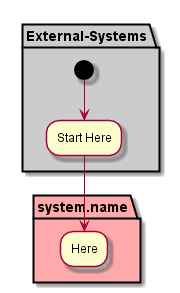
Above: docs/Actors/External-Systems/Activity.png in CAADE/ADC (PlantUML), before the change. Source of this version:
```plantuml
@startuml


partition "External-Systems"  #cccccc {
  (*) --> "Start Here"
}

partition "system.name" #ffaaaa {
  "Start Here" --> "Here"
}

@enduml
```
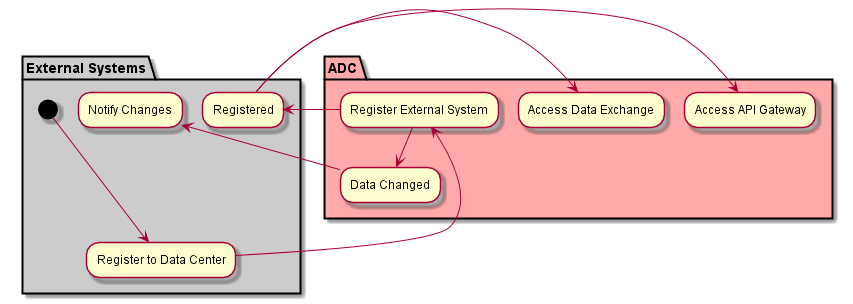
After the change.

What changed in the source:
```diff
@@ -1,12 +1,26 @@
 @startuml
 
 
-partition "External-Systems"  #cccccc {
-  (*) --> "Start Here"
+partition "External Systems" #cccccc {
+  (*) ---> "Register to Data Center"
 }
 
-partition "system.name" #ffaaaa {
-  "Start Here" --> "Here"
+partition "ADC" #ffaaaa {
+  "Register to Data Center" --> "Register External System"
 }
 
+
+partition "External Systems"  {
+"Register External System" --> "Registered"
+}
+
+partition "ADC" {
+  "Registered" -> "Access API Gateway"
+  "Registered" -> "Access Data Exchange"
+  "Register External System" --> "Data Changed"
+}
+
+partition "External Systems" {
+  "Data Changed" -> "Notify Changes"
+}
 @enduml
```
